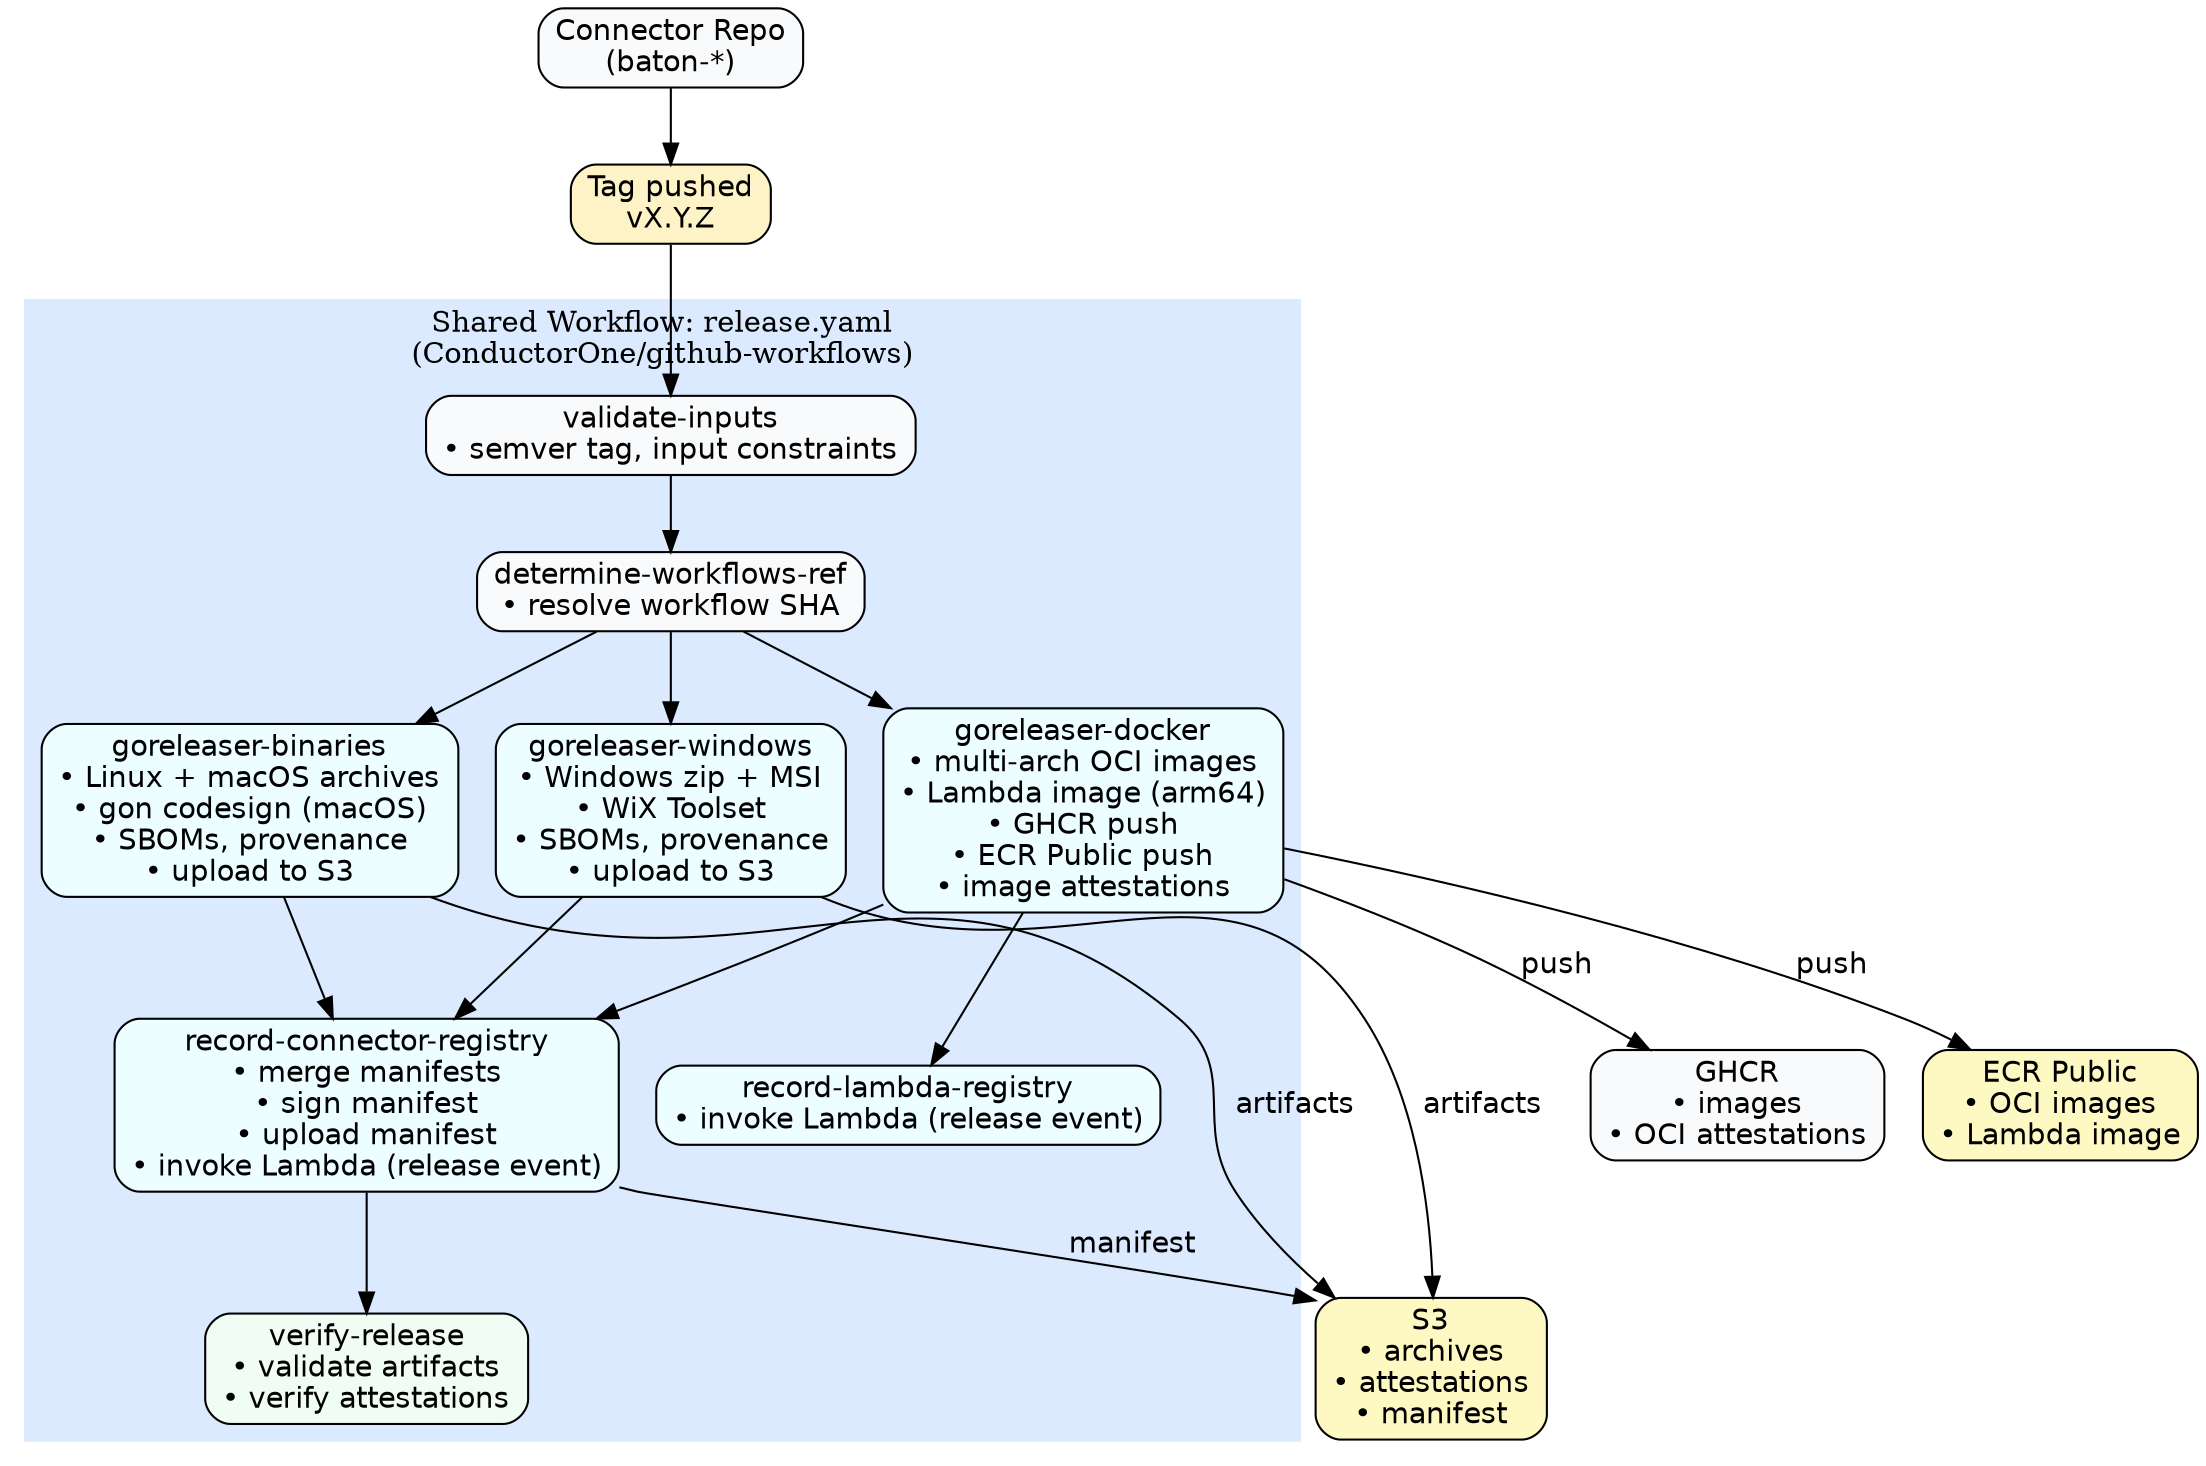
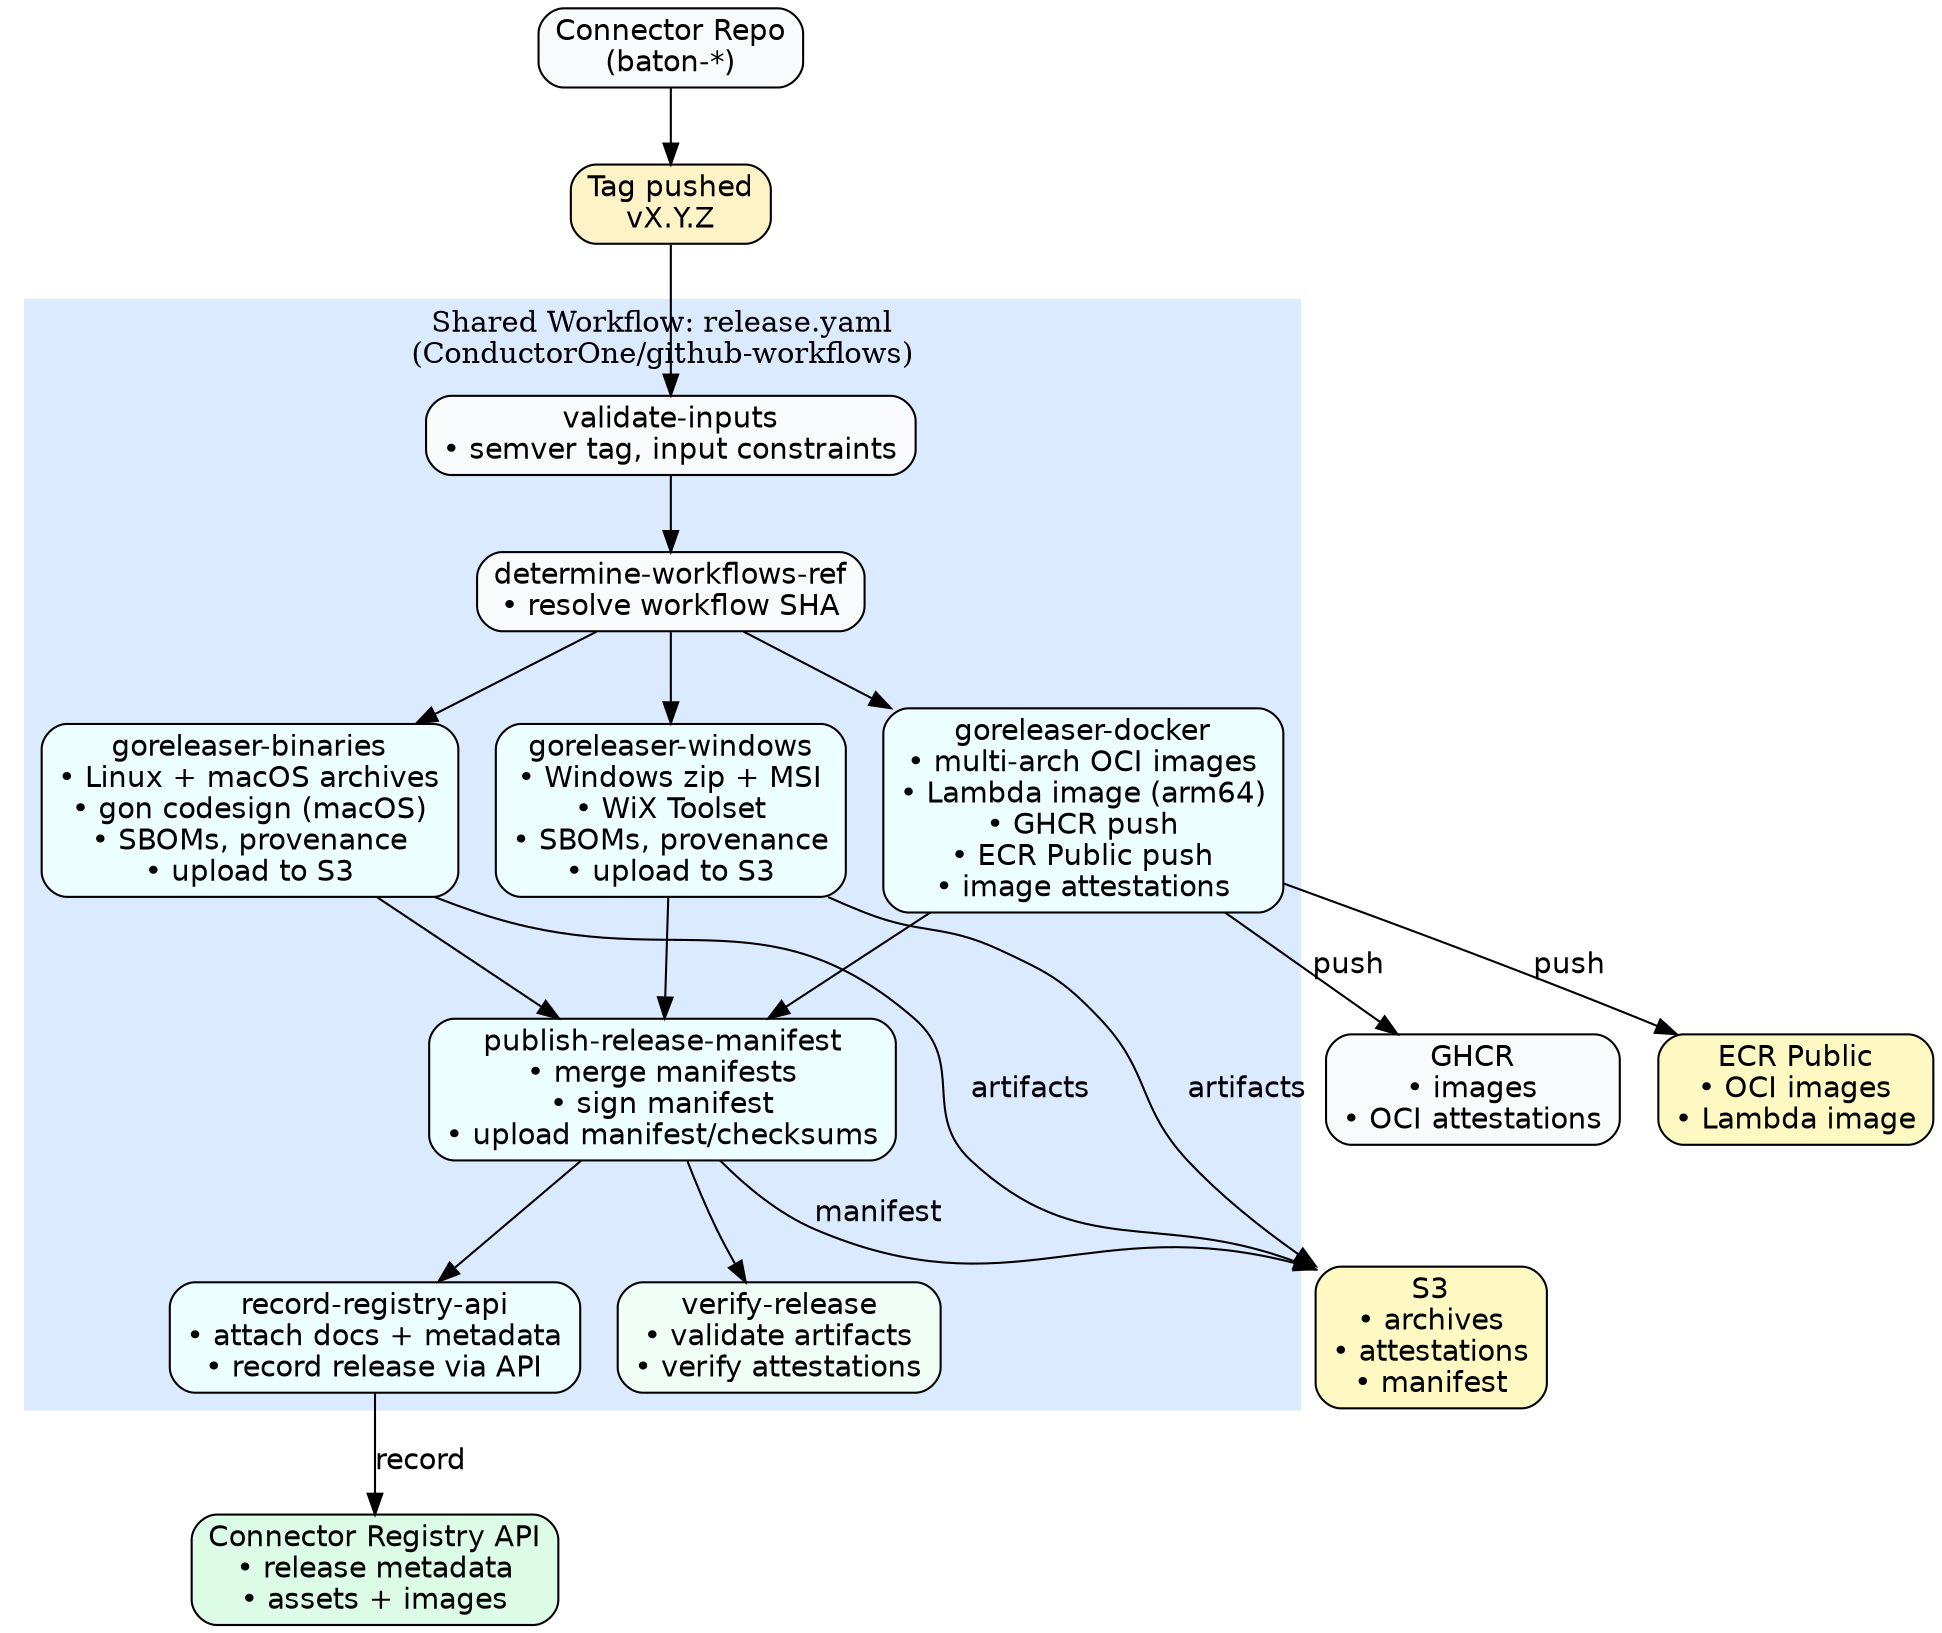
digraph ReleaseWorkflow {
  rankdir=TB;
  node [shape=box, style="rounded,filled", fillcolor=white, fontname="Helvetica"];
  edge [fontname="Helvetica"];

  // Connector repo calls shared workflow
  connector_repo [label="Connector Repo\n(baton-*)", fillcolor="#f9fafb"];
  tag [label="Tag pushed\nvX.Y.Z", fillcolor="#fef3c7"];

  // Shared workflow cluster
  subgraph cluster_jobs {
    label = "Shared Workflow: release.yaml\n(ConductorOne/github-workflows)";
    style="filled";
    color="#dbeafe";

    validate [label="validate-inputs\n• semver tag, input constraints", fillcolor="#f9fafb"];

    determine_ref [label="determine-workflows-ref\n• resolve workflow SHA", fillcolor="#f9fafb"];

    binaries [label="goreleaser-binaries\n• Linux + macOS archives\n• gon codesign (macOS)\n• SBOMs, provenance\n• upload to S3", fillcolor="#ecfeff"];

    windows [label="goreleaser-windows\n• Windows zip + MSI\n• WiX Toolset\n• SBOMs, provenance\n• upload to S3", fillcolor="#ecfeff"];

    docker [label="goreleaser-docker\n• multi-arch OCI images\n• Lambda image (arm64)\n• GHCR push\n• ECR Public push\n• image attestations", fillcolor="#ecfeff"];

-     record [label="record-connector-registry\n• merge manifests\n• sign manifest\n• upload manifest\n• invoke Lambda (release event)", fillcolor="#ecfeff"];
+     record [label="publish-release-manifest\n• merge manifests\n• sign manifest\n• upload manifest/checksums", fillcolor="#ecfeff"];

-     record_lambda [label="record-lambda-registry\n• invoke Lambda (release event)", fillcolor="#ecfeff"];
+     registry_api [label="record-registry-api\n• attach docs + metadata\n• record release via API", fillcolor="#ecfeff"];

    verify [label="verify-release\n• validate artifacts\n• verify attestations", fillcolor="#f0fdf4"];
  }

  // Outputs
  s3 [label="S3\n• archives\n• attestations\n• manifest", fillcolor="#fef9c3"];
  ghcr [label="GHCR\n• images\n• OCI attestations", fillcolor="#f9fafb"];
  ecr [label="ECR Public\n• OCI images\n• Lambda image", fillcolor="#fef9c3"];
+   registry [label="Connector Registry API\n• release metadata\n• assets + images", fillcolor="#dcfce7"];

  // Flow
  connector_repo -> tag;
  tag -> validate;
  validate -> determine_ref;
  determine_ref -> binaries;
  determine_ref -> windows;
  determine_ref -> docker;
  binaries -> record;
  windows -> record;
  docker -> record;
-   docker -> record_lambda;
  binaries -> s3 [label="artifacts"];
  windows -> s3 [label="artifacts"];
  docker -> ghcr [label="push"];
  docker -> ecr [label="push"];
  record -> s3 [label="manifest"];
+   record -> registry_api;
+   registry_api -> registry [label="record"];
  record -> verify;
}
